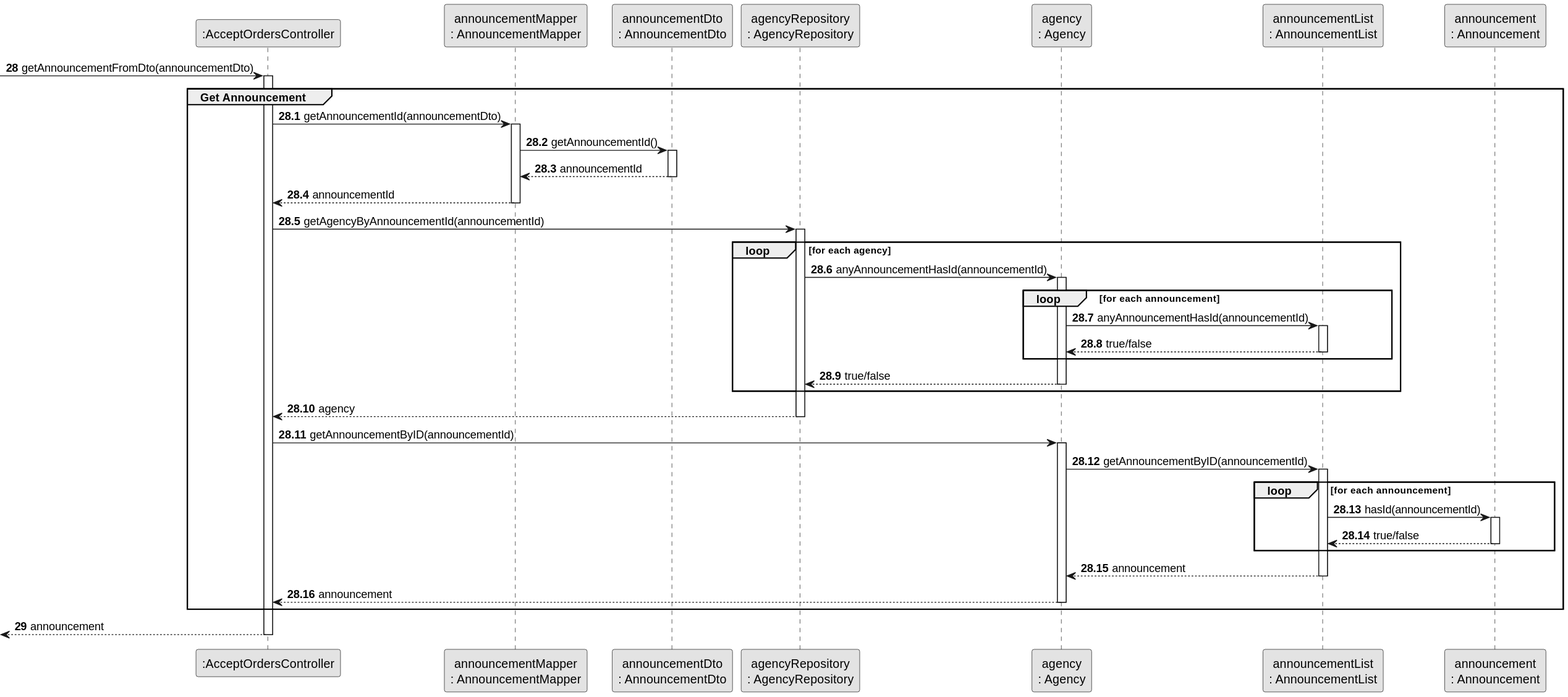
rita-barbosa/LAPR2-2223 keeps this PlantUML diagram as docs/sprintC/us011/03.design/svg/us011-sequence-diagram-partial-get-announcement.svg. Above is the earlier version.
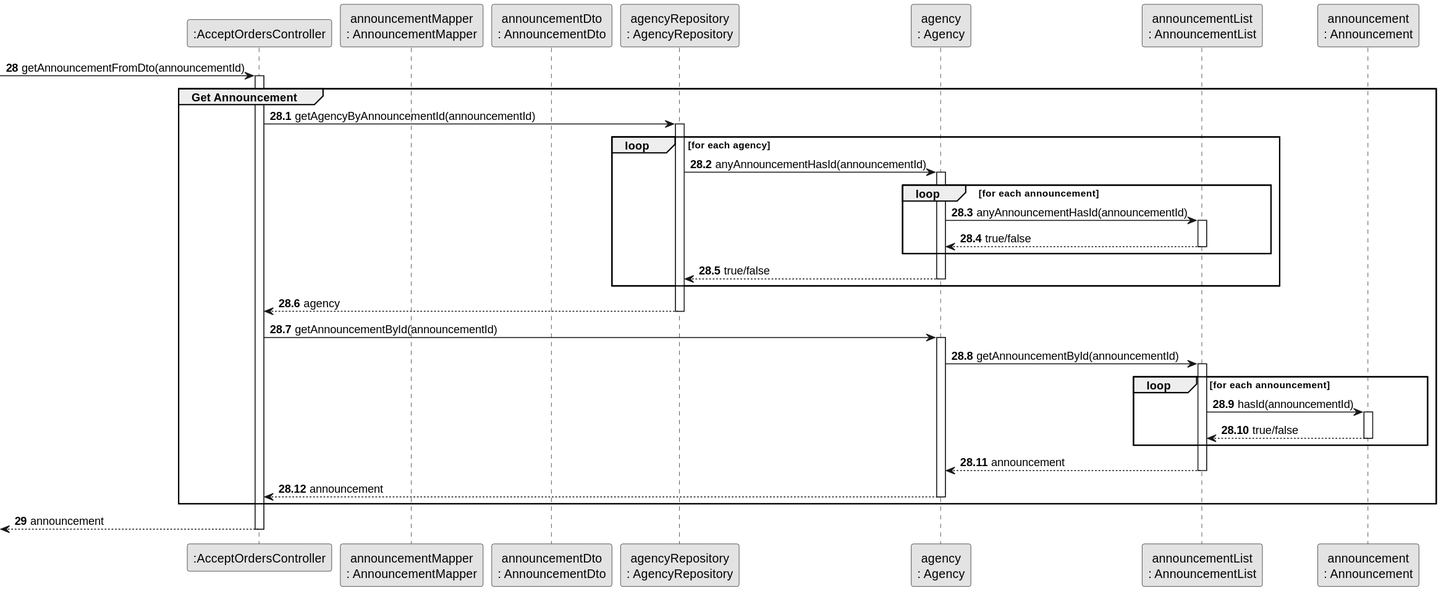
The same diagram one commit later.

Commit message:
Update diagrams: sequence & class [US011][Design][#05 Task]

Diff of the diagram source:
```diff
@@ -13,21 +13,11 @@
 participant "announcement\n: Announcement" as Announce
 
 autonumber 28
-    -> CTRL: getAnnouncementFromDto(announcementDto)
+    -> CTRL: getAnnouncementFromDto(announcementId)
     activate CTRL
 group Get Announcement
 autonumber 28.1
-    CTRL -> AnnMAPPER: getAnnouncementId(announcementDto)
-    activate AnnMAPPER
 
-    AnnMAPPER -> AnnDTO: getAnnouncementId()
-    activate AnnDTO
-
-    AnnDTO --> AnnMAPPER: announcementId
-    deactivate AnnDTO
-
-    AnnMAPPER --> CTRL: announcementId
-    deactivate AnnMAPPER
 
     CTRL -> AgRep: getAgencyByAnnouncementId(announcementId)
     activate AgRep
@@ -52,10 +42,10 @@
     AgRep --> CTRL : agency
     deactivate AgRep
 
-    CTRL -> AGENCY :  getAnnouncementByID(announcementId)
+    CTRL -> AGENCY :  getAnnouncementById(announcementId)
     activate AGENCY
 
-    AGENCY -> AnnList : getAnnouncementByID(announcementId)
+    AGENCY -> AnnList : getAnnouncementById(announcementId)
     activate AnnList
 
         loop  for each announcement
```
